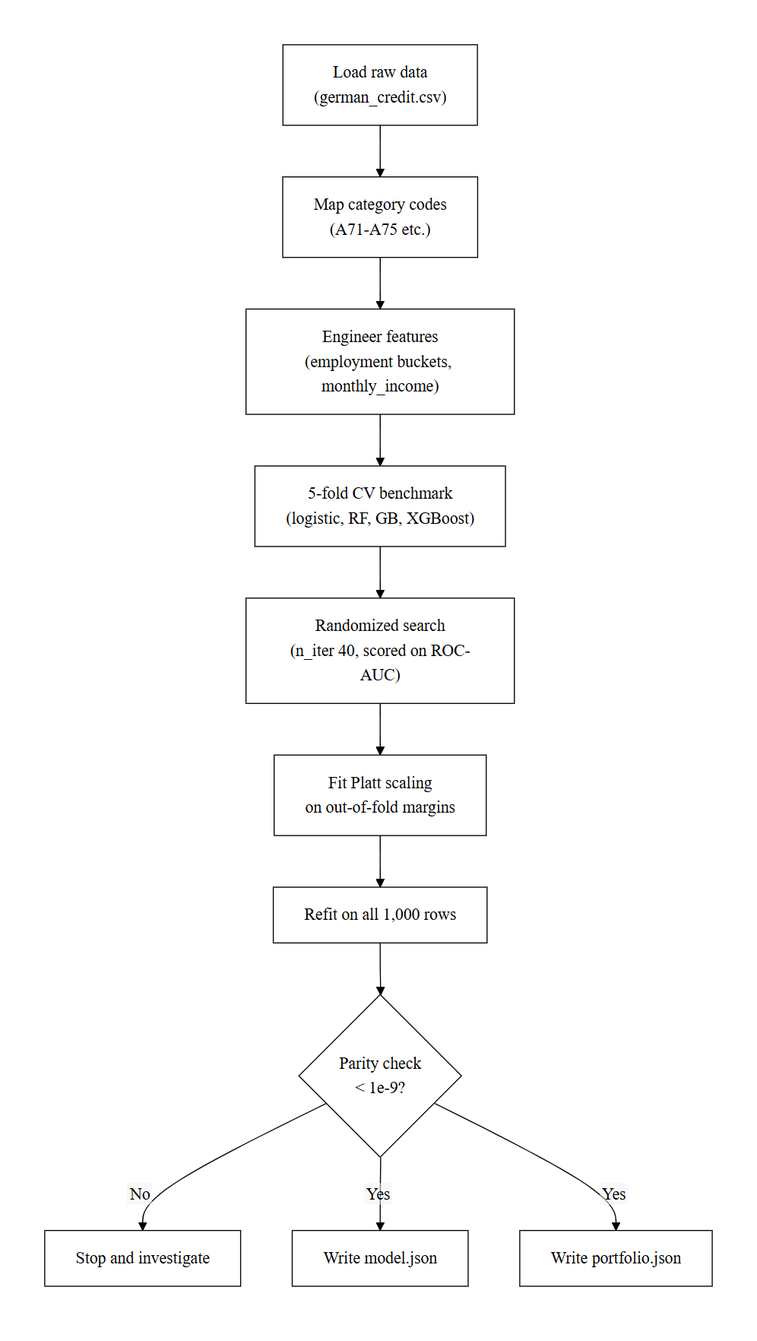
This is report/assets/figures/fig-3-7-training-flow.png from gursimrannkaurr/credoscore, a Mermaid export, as it was before one commit. Its source is kept beside it as report/diagrams/fig-3-7-training-flow.mmd. The source it was exported from:
```mermaid
flowchart TD
    A["Load raw data<br/>(german_credit.csv)"] --> B["Map category codes<br/>(A71-A75 etc.)"]
    B --> C["Engineer features<br/>(employment buckets, monthly_income)"]
    C --> D["5-fold CV benchmark<br/>(logistic, RF, GB, XGBoost)"]
    D --> E["Randomized search<br/>(n_iter 40, scored on ROC-AUC)"]
    E --> F["Fit Platt scaling<br/>on out-of-fold margins"]
    F --> G["Refit on all 1,000 rows"]
    G --> H{"Parity check<br/>&lt; 1e-9?"}
    H -- "No" --> I["Stop and investigate"]
    H -- "Yes" --> J["Write model.json"]
    H -- "Yes" --> K["Write portfolio.json"]
```
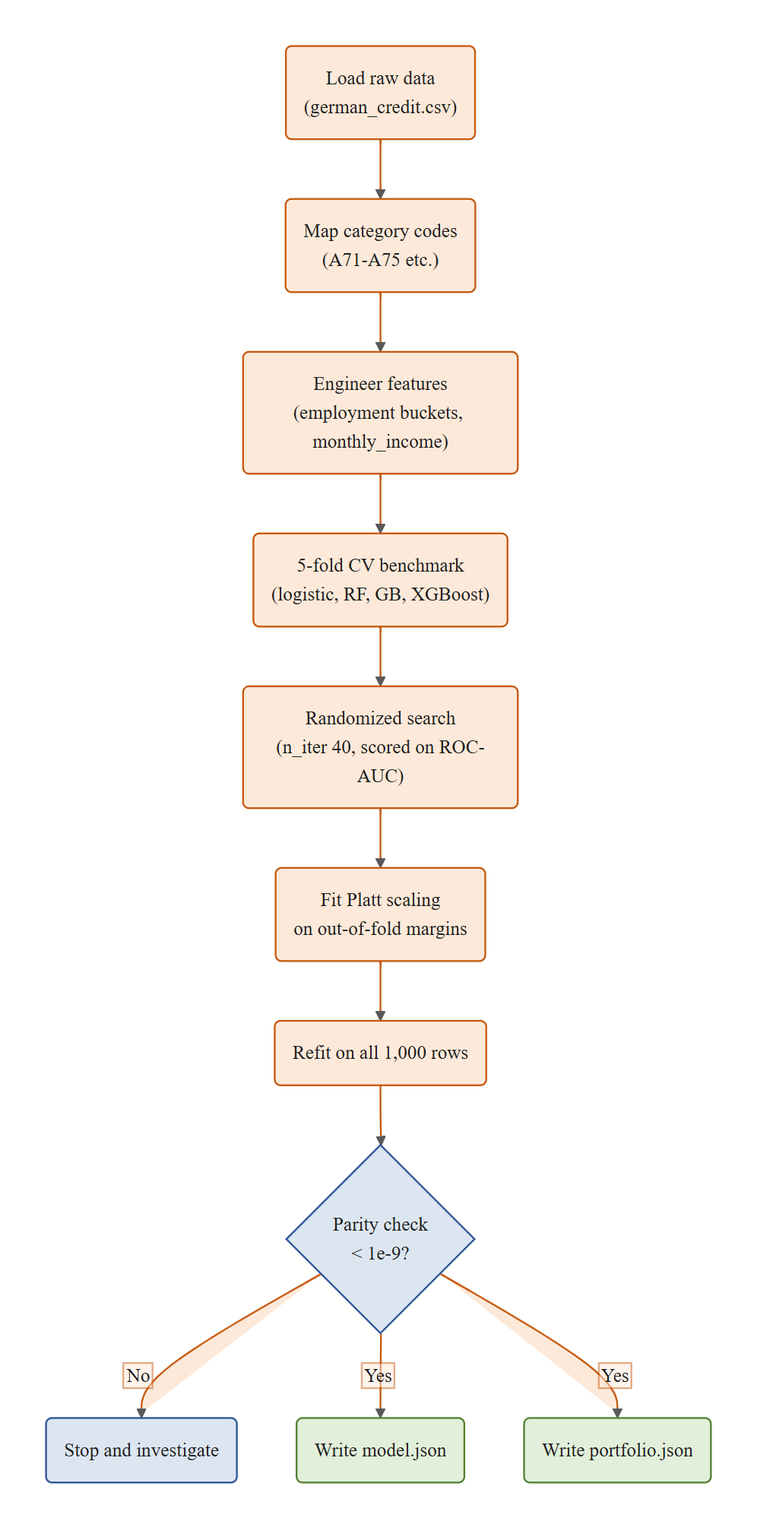
After the change.

The edit, as a diff of the source:
```diff
@@ -1,11 +1,19 @@
 flowchart TD
-    A["Load raw data<br/>(german_credit.csv)"] --> B["Map category codes<br/>(A71-A75 etc.)"]
-    B --> C["Engineer features<br/>(employment buckets, monthly_income)"]
-    C --> D["5-fold CV benchmark<br/>(logistic, RF, GB, XGBoost)"]
-    D --> E["Randomized search<br/>(n_iter 40, scored on ROC-AUC)"]
-    E --> F["Fit Platt scaling<br/>on out-of-fold margins"]
-    F --> G["Refit on all 1,000 rows"]
+    A("Load raw data<br/>(german_credit.csv)") --> B("Map category codes<br/>(A71-A75 etc.)")
+    B --> C("Engineer features<br/>(employment buckets, monthly_income)")
+    C --> D("5-fold CV benchmark<br/>(logistic, RF, GB, XGBoost)")
+    D --> E("Randomized search<br/>(n_iter 40, scored on ROC-AUC)")
+    E --> F("Fit Platt scaling<br/>on out-of-fold margins")
+    F --> G("Refit on all 1,000 rows")
     G --> H{"Parity check<br/>&lt; 1e-9?"}
-    H -- "No" --> I["Stop and investigate"]
-    H -- "Yes" --> J["Write model.json"]
-    H -- "Yes" --> K["Write portfolio.json"]
+    H -- "No" --> I("Stop and investigate")
+    H -- "Yes" --> J("Write model.json")
+    H -- "Yes" --> K("Write portfolio.json")
+
+    classDef root fill:#FDE9D9,stroke:#C55A11,stroke-width:1.5px;
+    classDef mid fill:#DCE6F1,stroke:#2F5597,stroke-width:1.5px;
+    classDef leaf fill:#E2EFDA,stroke:#548235,stroke-width:1.5px;
+
+    class A,B,C,D,E,F,G root
+    class H,I mid
+    class J,K leaf
```
